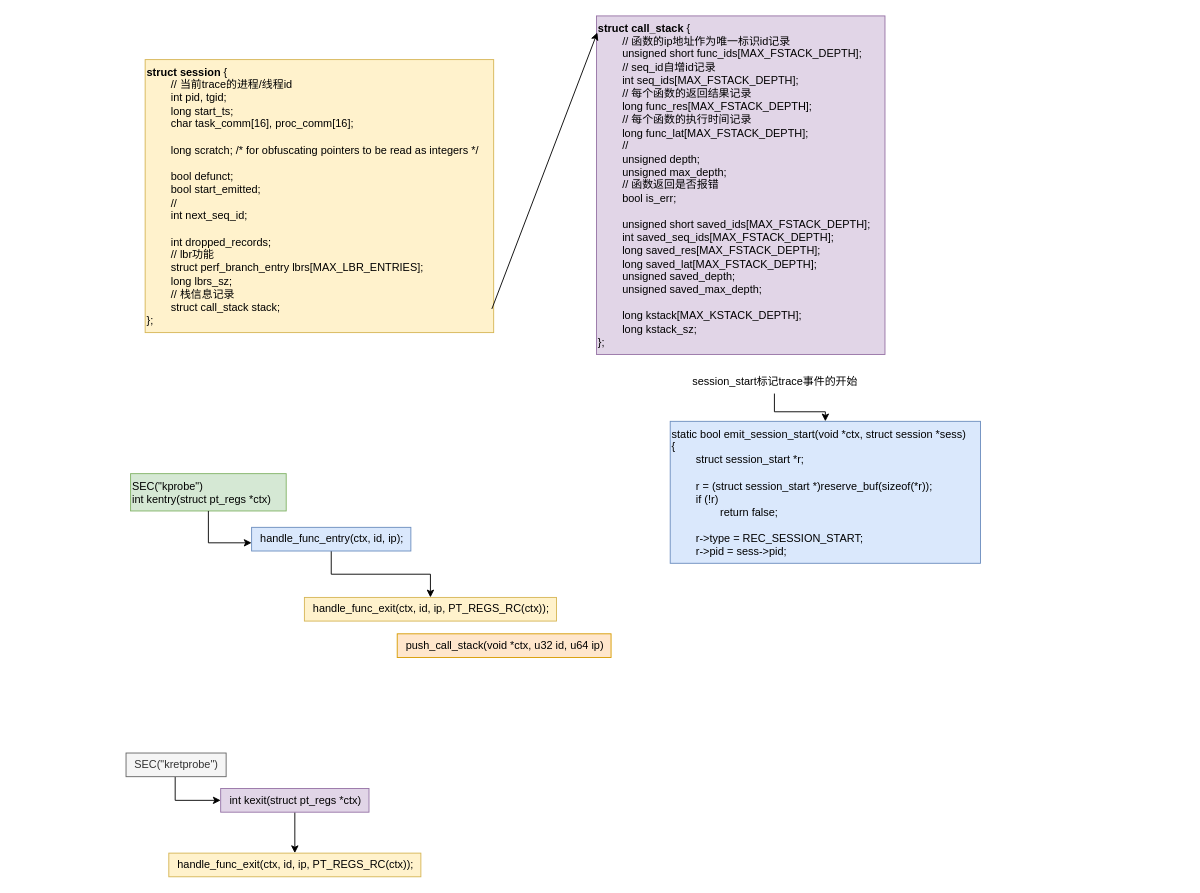
chentao-kernel/drawio keeps this draw.io diagram as page "retsnoop" (6 of 6) of kernel.drawio. Above is the earlier version. Source tidied: cells renumbered, new cells numbered last; positions are measured from the earlier drawing's top-left corner, leaving out a move shared by most shapes. Both pictures are drawn from the tidied source at 91%, with x=0, y=0 at pixel (126, 15).
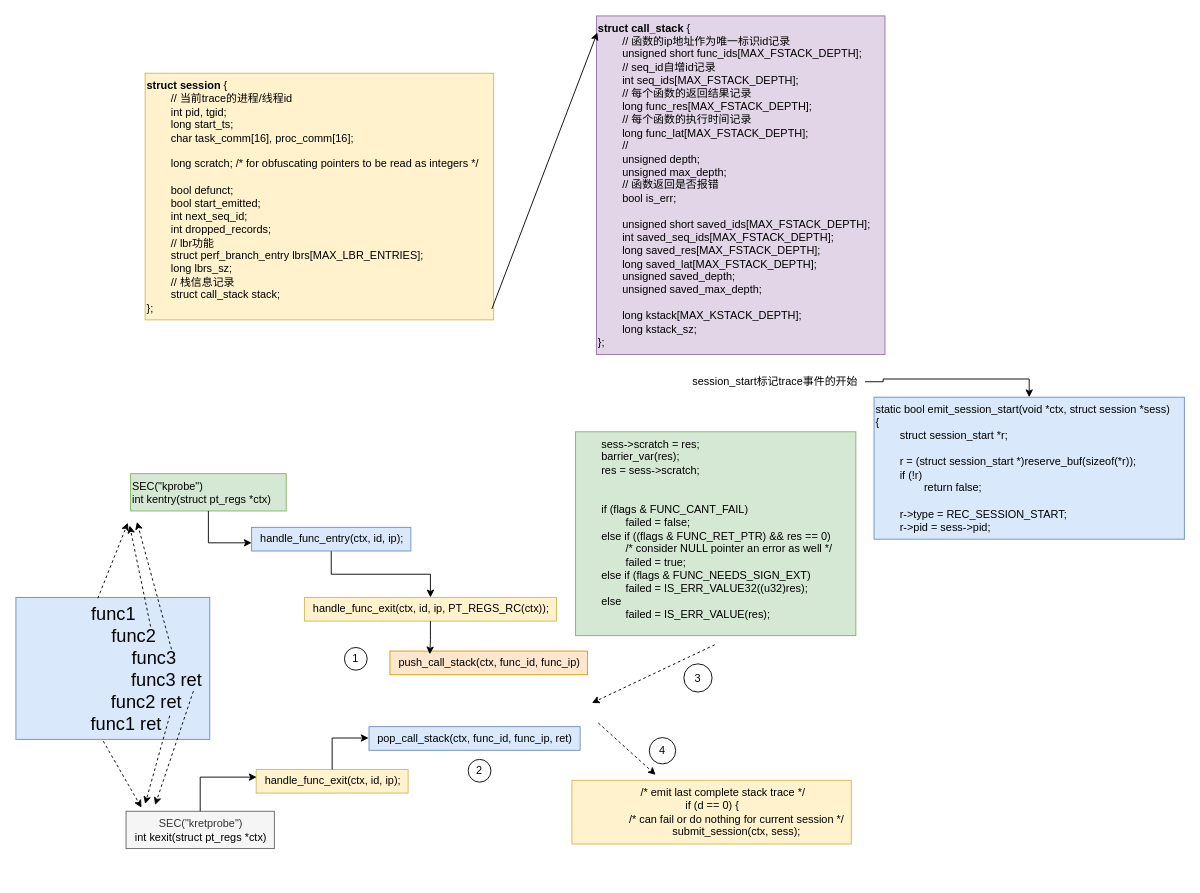
After the change.

The change refers to these unchanged cells:
```xml
<mxCell id="11" value="handle_func_exit(ctx, id, ip, PT_REGS_RC(ctx));" style="text;html=1;align=center;verticalAlign=middle;points=[];strokeColor=#d6b656;fillColor=#fff2cc;" parent="1" vertex="1">
  <mxGeometry x="196" y="639" width="277" height="26" as="geometry" />
</mxCell>
```

Diff of the diagram source:
```diff
@@
-    <mxCell id="6" style="edgeStyle=orthogonalEdgeStyle;rounded=0;jettySize=auto;html=1;" parent="1" edge="1" source="7" target="9">
-      <mxGeometry relative="1" as="geometry">
-        <Array as="points">
-          <mxPoint x="54" y="862" />
-        </Array>
-      </mxGeometry>
-    </mxCell>
-    <mxCell id="7" value="SEC(&quot;kretprobe&quot;)" style="text;html=1;align=center;verticalAlign=middle;points=[];strokeColor=#666666;fillColor=#f5f5f5;fontColor=#333333;" parent="1" vertex="1">
-      <mxGeometry y="810" width="110" height="26" as="geometry" />
+    <mxCell id="7" value="SEC(&quot;kretprobe&quot;)&lt;div&gt;&lt;span style=&quot;color: rgb(0, 0, 0);&quot;&gt;int kexit(struct pt_regs *ctx)&lt;/span&gt;&lt;br&gt;&lt;/div&gt;" style="text;html=1;align=center;verticalAlign=middle;points=[];strokeColor=#666666;fillColor=#f5f5f5;fontColor=#333333;" parent="1" vertex="1">
+      <mxGeometry y="874" width="163" height="41" as="geometry" />
     </mxCell>
-    <mxCell id="8" style="edgeStyle=orthogonalEdgeStyle;rounded=0;jettySize=auto;html=1;" parent="1" edge="1" source="9" target="10">
-      <mxGeometry relative="1" as="geometry" />
-    </mxCell>
-    <mxCell id="9" value="int kexit(struct pt_regs *ctx)" style="text;html=1;align=center;verticalAlign=middle;points=[];strokeColor=#9673a6;fillColor=#e1d5e7;" parent="1" vertex="1">
-      <mxGeometry x="104" y="849" width="163" height="26" as="geometry" />
-    </mxCell>
-    <mxCell id="10" value="handle_func_exit(ctx, id, ip, PT_REGS_RC(ctx));" style="text;html=1;align=center;verticalAlign=middle;points=[];strokeColor=#d6b656;fillColor=#fff2cc;" parent="1" vertex="1">
-      <mxGeometry x="47" y="920" width="277" height="26" as="geometry" />
+    <mxCell id="10" value="handle_func_exit(ctx, id, ip);" style="text;html=1;align=center;verticalAlign=middle;points=[];strokeColor=#d6b656;fillColor=#fff2cc;" parent="1" vertex="1">
+      <mxGeometry x="143" y="828" width="167" height="26" as="geometry" />
     </mxCell>
@@
-    <mxCell id="12" value="push_call_stack(void *ctx, u32 id, u64 ip)" style="text;html=1;align=center;verticalAlign=middle;points=[];strokeColor=#d79b00;fillColor=#ffe6cc;" parent="1" vertex="1">
-      <mxGeometry x="298" y="679" width="235" height="26" as="geometry" />
+    <mxCell id="12" value="push_call_stack(ctx, func_id, func_ip)" style="text;html=1;align=center;verticalAlign=middle;points=[];strokeColor=#d79b00;fillColor=#ffe6cc;" parent="1" vertex="1">
+      <mxGeometry x="290" y="698" width="217" height="26" as="geometry" />
     </mxCell>
     <mxCell id="13" value="&lt;div&gt;static bool emit_session_start(void *ctx, struct session *sess)&lt;/div&gt;&lt;div&gt;{&lt;/div&gt;&lt;div&gt;&amp;nbsp; &amp;nbsp; &amp;nbsp; &amp;nbsp; struct session_start *r;&lt;/div&gt;&lt;div&gt;&lt;br&gt;&lt;/div&gt;&lt;div&gt;&amp;nbsp; &amp;nbsp; &amp;nbsp; &amp;nbsp; r = (struct session_start *)reserve_buf(sizeof(*r));&lt;/div&gt;&lt;div&gt;&amp;nbsp; &amp;nbsp; &amp;nbsp; &amp;nbsp; if (!r)&lt;/div&gt;&lt;div&gt;&amp;nbsp; &amp;nbsp; &amp;nbsp; &amp;nbsp; &amp;nbsp; &amp;nbsp; &amp;nbsp; &amp;nbsp; return false;&lt;/div&gt;&lt;div&gt;&lt;br&gt;&lt;/div&gt;&lt;div&gt;&amp;nbsp; &amp;nbsp; &amp;nbsp; &amp;nbsp; r-&amp;gt;type = REC_SESSION_START;&lt;/div&gt;&lt;div&gt;&amp;nbsp; &amp;nbsp; &amp;nbsp; &amp;nbsp; r-&amp;gt;pid = sess-&amp;gt;pid;&lt;/div&gt;" style="text;html=1;align=left;verticalAlign=middle;points=[];strokeColor=#6c8ebf;fillColor=#dae8fc;" parent="1" vertex="1">
-      <mxGeometry x="598" y="445.5" width="341" height="156" as="geometry" />
+      <mxGeometry x="822" y="419" width="341" height="156" as="geometry" />
     </mxCell>
@@
-    <mxCell id="16" value="&lt;div&gt;&lt;b&gt;struct session&lt;/b&gt; {&lt;/div&gt;&lt;div&gt;&lt;span style=&quot;white-space: pre;&quot;&gt;&#9;&lt;/span&gt;// 当前trace的进程/线程id&lt;br&gt;&lt;/div&gt;&lt;div&gt;&amp;nbsp; &amp;nbsp; &amp;nbsp; &amp;nbsp; int pid, tgid;&lt;/div&gt;&lt;div&gt;&amp;nbsp; &amp;nbsp; &amp;nbsp; &amp;nbsp; long start_ts;&lt;/div&gt;&lt;div&gt;&amp;nbsp; &amp;nbsp; &amp;nbsp; &amp;nbsp; char task_comm[16], proc_comm[16];&lt;/div&gt;&lt;div&gt;&lt;br&gt;&lt;/div&gt;&lt;div&gt;&amp;nbsp; &amp;nbsp; &amp;nbsp; &amp;nbsp; long scratch; /* for obfuscating pointers to be read as integers */&lt;/div&gt;&lt;div&gt;&lt;br&gt;&lt;/div&gt;&lt;div&gt;&amp;nbsp; &amp;nbsp; &amp;nbsp; &amp;nbsp; bool defunct;&lt;/div&gt;&lt;div&gt;&amp;nbsp; &amp;nbsp; &amp;nbsp; &amp;nbsp; bool start_emitted;&lt;/div&gt;&lt;div&gt;&lt;span style=&quot;white-space: pre;&quot;&gt;&#9;&lt;/span&gt;//&lt;br&gt;&lt;/div&gt;&lt;div&gt;&amp;nbsp; &amp;nbsp; &amp;nbsp; &amp;nbsp; int next_seq_id;&lt;/div&gt;&lt;div&gt;&lt;br&gt;&lt;/div&gt;&lt;div&gt;&amp;nbsp; &amp;nbsp; &amp;nbsp; &amp;nbsp; int dropped_records;&lt;/div&gt;&lt;div&gt;&lt;span style=&quot;white-space: pre;&quot;&gt;&#9;&lt;/span&gt;// lbr功能&lt;br&gt;&lt;/div&gt;&lt;div&gt;&amp;nbsp; &amp;nbsp; &amp;nbsp; &amp;nbsp; struct perf_branch_entry lbrs[MAX_LBR_ENTRIES];&lt;/div&gt;&lt;div&gt;&amp;nbsp; &amp;nbsp; &amp;nbsp; &amp;nbsp; long lbrs_sz;&lt;/div&gt;&lt;div&gt;&lt;span style=&quot;white-space: pre;&quot;&gt;&#9;&lt;/span&gt;// 栈信息记录&lt;br&gt;&lt;/div&gt;&lt;div&gt;&amp;nbsp; &amp;nbsp; &amp;nbsp; &amp;nbsp; struct call_stack stack;&lt;/div&gt;&lt;div&gt;};&lt;/div&gt;" style="text;html=1;align=left;verticalAlign=middle;strokeColor=#d6b656;fillColor=#fff2cc;" parent="1" vertex="1">
-      <mxGeometry x="21" y="48" width="383" height="300" as="geometry" />
+    <mxCell id="16" value="&lt;div&gt;&lt;b&gt;struct session&lt;/b&gt; {&lt;/div&gt;&lt;div&gt;&lt;span style=&quot;white-space: pre;&quot;&gt;&#9;&lt;/span&gt;// 当前trace的进程/线程id&lt;br&gt;&lt;/div&gt;&lt;div&gt;&amp;nbsp; &amp;nbsp; &amp;nbsp; &amp;nbsp; int pid, tgid;&lt;/div&gt;&lt;div&gt;&amp;nbsp; &amp;nbsp; &amp;nbsp; &amp;nbsp; long start_ts;&lt;/div&gt;&lt;div&gt;&amp;nbsp; &amp;nbsp; &amp;nbsp; &amp;nbsp; char task_comm[16], proc_comm[16];&lt;/div&gt;&lt;div&gt;&lt;br&gt;&lt;/div&gt;&lt;div&gt;&amp;nbsp; &amp;nbsp; &amp;nbsp; &amp;nbsp; long scratch; /* for obfuscating pointers to be read as integers */&lt;/div&gt;&lt;div&gt;&lt;br&gt;&lt;/div&gt;&lt;div&gt;&amp;nbsp; &amp;nbsp; &amp;nbsp; &amp;nbsp; bool defunct;&lt;/div&gt;&lt;div&gt;&amp;nbsp; &amp;nbsp; &amp;nbsp; &amp;nbsp; bool start_emitted;&lt;/div&gt;&lt;div&gt;&amp;nbsp; &amp;nbsp; &amp;nbsp; &amp;nbsp; int next_seq_id;&lt;/div&gt;&lt;div&gt;&amp;nbsp; &amp;nbsp; &amp;nbsp; &amp;nbsp; int dropped_records;&lt;/div&gt;&lt;div&gt;&lt;span style=&quot;white-space: pre;&quot;&gt;&#9;&lt;/span&gt;// lbr功能&lt;br&gt;&lt;/div&gt;&lt;div&gt;&amp;nbsp; &amp;nbsp; &amp;nbsp; &amp;nbsp; struct perf_branch_entry lbrs[MAX_LBR_ENTRIES];&lt;/div&gt;&lt;div&gt;&amp;nbsp; &amp;nbsp; &amp;nbsp; &amp;nbsp; long lbrs_sz;&lt;/div&gt;&lt;div&gt;&lt;span style=&quot;white-space: pre;&quot;&gt;&#9;&lt;/span&gt;// 栈信息记录&lt;br&gt;&lt;/div&gt;&lt;div&gt;&amp;nbsp; &amp;nbsp; &amp;nbsp; &amp;nbsp; struct call_stack stack;&lt;/div&gt;&lt;div&gt;};&lt;/div&gt;" style="text;html=1;align=left;verticalAlign=middle;strokeColor=#d6b656;fillColor=#fff2cc;" parent="1" vertex="1">
+      <mxGeometry x="21" y="63" width="383" height="271" as="geometry" />
     </mxCell>
@@
+    <mxCell id="19" style="edgeStyle=orthogonalEdgeStyle;rounded=0;jettySize=auto;html=1;entryX=0.003;entryY=0.327;entryDx=0;entryDy=0;entryPerimeter=0;" parent="1" edge="1" source="7" target="10">
+      <mxGeometry relative="1" as="geometry" />
+    </mxCell>
+    <mxCell id="20" style="edgeStyle=orthogonalEdgeStyle;rounded=0;jettySize=auto;html=1;entryX=0.202;entryY=0.135;entryDx=0;entryDy=0;entryPerimeter=0;" parent="1" edge="1" source="11" target="12">
+      <mxGeometry relative="1" as="geometry" />
+    </mxCell>
+    <mxCell id="21" value="pop_call_stack(ctx, func_id, func_ip, ret)" style="text;html=1;align=center;verticalAlign=middle;points=[];strokeColor=#6c8ebf;fillColor=#dae8fc;" parent="1" vertex="1">
+      <mxGeometry x="267" y="781" width="232" height="26" as="geometry" />
+    </mxCell>
+    <mxCell id="22" style="edgeStyle=orthogonalEdgeStyle;rounded=0;jettySize=auto;html=1;entryX=-0.002;entryY=0.481;entryDx=0;entryDy=0;entryPerimeter=0;" parent="1" edge="1" source="10" target="21">
+      <mxGeometry relative="1" as="geometry" />
+    </mxCell>
+    <mxCell id="23" value="        sess-&gt;scratch = res;&#10;        barrier_var(res);&#10;        res = sess-&gt;scratch;&#10;&#10;&#10;        if (flags &amp; FUNC_CANT_FAIL)&#10;                failed = false;&#10;        else if ((flags &amp; FUNC_RET_PTR) &amp;&amp; res == 0)&#10;                /* consider NULL pointer an error as well */&#10;                failed = true;&#10;        else if (flags &amp; FUNC_NEEDS_SIGN_EXT)&#10;                failed = IS_ERR_VALUE32((u32)res);&#10;        else&#10;                failed = IS_ERR_VALUE(res);" style="text;whiteSpace=wrap;fillColor=#d5e8d4;strokeColor=#82b366;" parent="1" vertex="1">
+      <mxGeometry x="494" y="457" width="308" height="224" as="geometry" />
+    </mxCell>
+    <mxCell id="24" style="endArrow=classic;html=1;rounded=0;dashed=1;" parent="1" edge="1">
+      <mxGeometry relative="1" as="geometry">
+        <mxPoint x="647" y="691" as="sourcePoint" />
+        <mxPoint x="512" y="755" as="targetPoint" />
+      </mxGeometry>
+    </mxCell>
+    <mxCell id="25" value="1" style="ellipse;whiteSpace=wrap;html=1;" parent="1" vertex="1">
+      <mxGeometry x="240" y="694" width="25" height="25" as="geometry" />
+    </mxCell>
+    <mxCell id="26" value="2" style="ellipse;whiteSpace=wrap;html=1;" parent="1" vertex="1">
+      <mxGeometry x="376" y="817" width="25" height="25" as="geometry" />
+    </mxCell>
+    <mxCell id="27" value="3" style="ellipse;whiteSpace=wrap;html=1;" parent="1" vertex="1">
+      <mxGeometry x="613" y="712" width="31" height="31" as="geometry" />
+    </mxCell>
+    <mxCell id="28" value="&lt;div&gt;&amp;nbsp; &amp;nbsp; &amp;nbsp; &amp;nbsp;/* emit last complete stack trace */&lt;/div&gt;&lt;div&gt;if (d == 0) {&lt;/div&gt;&lt;div&gt;&amp;nbsp; &amp;nbsp; &amp;nbsp; &amp;nbsp; &amp;nbsp; &amp;nbsp; &amp;nbsp; &amp;nbsp; /* can fail or do nothing for current session */&lt;/div&gt;&lt;div&gt;&amp;nbsp; &amp;nbsp; &amp;nbsp; &amp;nbsp; &amp;nbsp; &amp;nbsp; &amp;nbsp; &amp;nbsp; submit_session(ctx, sess);&lt;/div&gt;" style="text;html=1;align=center;verticalAlign=middle;strokeColor=#d6b656;fillColor=#fff2cc;" parent="1" vertex="1">
+      <mxGeometry x="490" y="840" width="307" height="70" as="geometry" />
+    </mxCell>
+    <mxCell id="29" style="endArrow=classic;html=1;rounded=0;dashed=1;" parent="1" edge="1">
+      <mxGeometry relative="1" as="geometry">
+        <mxPoint x="519" y="777" as="sourcePoint" />
+        <mxPoint x="582" y="834" as="targetPoint" />
+      </mxGeometry>
+    </mxCell>
+    <mxCell id="30" value="4" style="ellipse;whiteSpace=wrap;html=1;" parent="1" vertex="1">
+      <mxGeometry x="575" y="793" width="29" height="29" as="geometry" />
+    </mxCell>
+    <mxCell id="31" value="&lt;font style=&quot;font-size: 20px;&quot;&gt;func1&lt;/font&gt;&lt;div style=&quot;font-size: 20px;&quot;&gt;&lt;font style=&quot;font-size: 20px;&quot;&gt;&lt;span style=&quot;white-space: pre;&quot;&gt;&#9;&lt;/span&gt;func2&lt;/font&gt;&lt;/div&gt;&lt;div style=&quot;font-size: 20px;&quot;&gt;&lt;font style=&quot;font-size: 20px;&quot;&gt;&lt;span style=&quot;white-space: pre;&quot;&gt;&#9;&lt;/span&gt;&lt;span style=&quot;white-space: pre;&quot;&gt;&#9;&lt;/span&gt;func3&lt;/font&gt;&lt;/div&gt;&lt;div style=&quot;font-size: 20px;&quot;&gt;&lt;font style=&quot;font-size: 20px;&quot;&gt;&lt;span style=&quot;white-space: pre;&quot;&gt;&#9;&lt;/span&gt;&amp;nbsp; &amp;nbsp; &amp;nbsp; &amp;nbsp; &amp;nbsp; &amp;nbsp; &amp;nbsp;func3 ret&lt;br&gt;&lt;/font&gt;&lt;/div&gt;&lt;div style=&quot;font-size: 20px;&quot;&gt;&lt;font style=&quot;font-size: 20px;&quot;&gt;&amp;nbsp; &amp;nbsp; &amp;nbsp; &amp;nbsp; &amp;nbsp; &amp;nbsp; &amp;nbsp;func2 ret&lt;/font&gt;&lt;/div&gt;&lt;div style=&quot;font-size: 20px;&quot;&gt;&lt;font style=&quot;font-size: 20px;&quot;&gt;&amp;nbsp; &amp;nbsp; &amp;nbsp;func1 ret&lt;/font&gt;&lt;/div&gt;" style="text;html=1;align=center;verticalAlign=middle;strokeColor=#6c8ebf;fillColor=#dae8fc;fontSize=18;" parent="1" vertex="1">
+      <mxGeometry x="-121" y="639" width="213" height="156" as="geometry" />
+    </mxCell>
+    <mxCell id="32" style="endArrow=classic;html=1;rounded=0;dashed=1;" parent="1" edge="1">
+      <mxGeometry relative="1" as="geometry">
+        <mxPoint x="-31" y="640" as="sourcePoint" />
+        <mxPoint x="2" y="557" as="targetPoint" />
+      </mxGeometry>
+    </mxCell>
+    <mxCell id="33" style="endArrow=classic;html=1;rounded=0;dashed=1;" parent="1" edge="1">
+      <mxGeometry relative="1" as="geometry">
+        <mxPoint x="-25" y="797" as="sourcePoint" />
+        <mxPoint x="17" y="870" as="targetPoint" />
+      </mxGeometry>
+    </mxCell>
+    <mxCell id="34" style="endArrow=classic;html=1;rounded=0;dashed=1;" parent="1" edge="1">
+      <mxGeometry relative="1" as="geometry">
+        <mxPoint x="27" y="671" as="sourcePoint" />
+        <mxPoint x="4" y="560" as="targetPoint" />
+      </mxGeometry>
+    </mxCell>
+    <mxCell id="35" style="endArrow=classic;html=1;rounded=0;dashed=1;" parent="1" edge="1">
+      <mxGeometry relative="1" as="geometry">
+        <mxPoint x="50" y="696" as="sourcePoint" />
+        <mxPoint x="12" y="556" as="targetPoint" />
+      </mxGeometry>
+    </mxCell>
+    <mxCell id="36" style="endArrow=classic;html=1;rounded=0;dashed=1;" parent="1" edge="1">
+      <mxGeometry relative="1" as="geometry">
+        <mxPoint x="48" y="769" as="sourcePoint" />
+        <mxPoint x="21" y="866" as="targetPoint" />
+      </mxGeometry>
+    </mxCell>
+    <mxCell id="37" style="endArrow=classic;html=1;rounded=0;dashed=1;" parent="1" edge="1">
+      <mxGeometry relative="1" as="geometry">
+        <mxPoint x="74" y="742" as="sourcePoint" />
+        <mxPoint x="32" y="867" as="targetPoint" />
+      </mxGeometry>
+    </mxCell>
```
